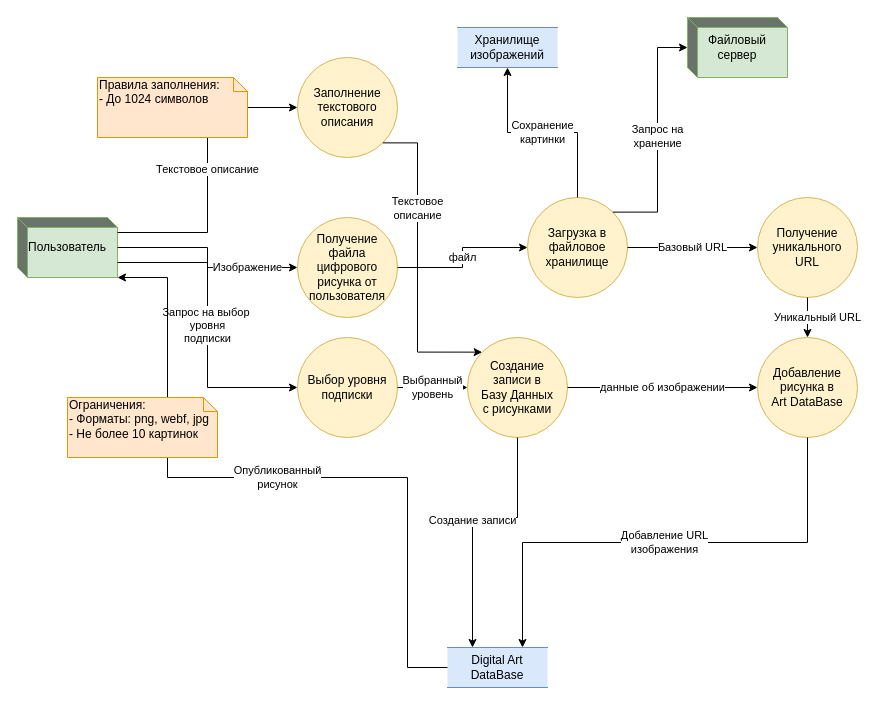
The draw.io diagram Diagrams/ImageUploadProcess.drawio in Laefye/neospiartion, before the edit. Source tidied: cells renumbered, new cells numbered last; positions are measured from the earlier drawing's top-left corner, leaving out a move shared by most shapes. Both pictures are drawn from the tidied source at 100%, with x=0, y=0 at pixel (17, 17).
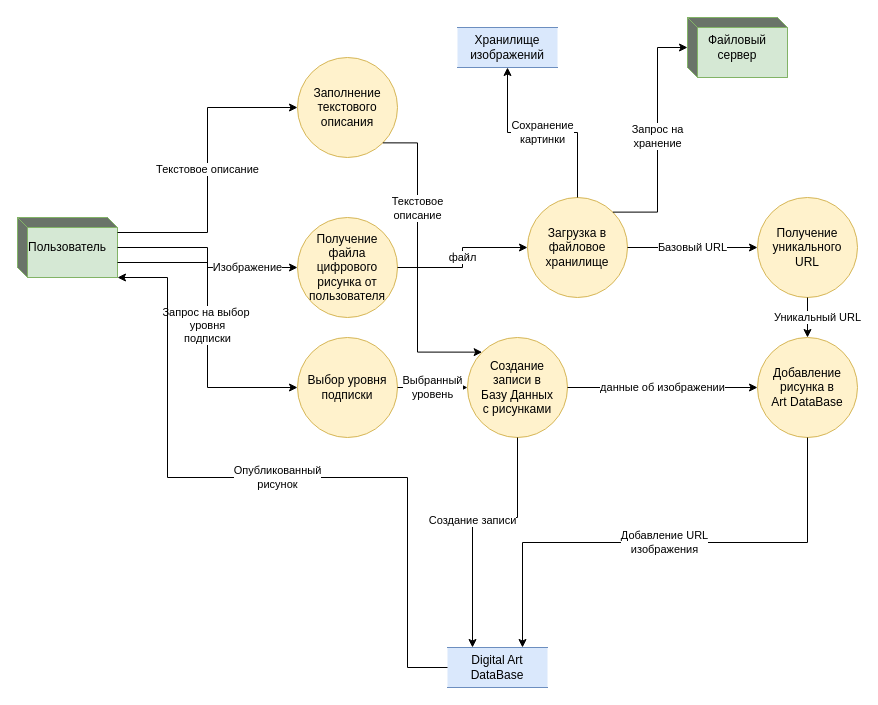
Above is the later version.

Diff of the diagram source:
```diff
@@
-    <mxCell id="27" value="Правила заполнения:&lt;br&gt;- До 1024 символов" style="shape=note;whiteSpace=wrap;html=1;size=14;verticalAlign=top;align=left;spacingTop=-6;fillColor=#ffe6cc;strokeColor=#d79b00;" parent="1" vertex="1">
-      <mxGeometry x="80" y="60" width="150" height="60" as="geometry" />
-    </mxCell>
-    <mxCell id="28" value="Ограничения:&lt;br&gt;-&amp;nbsp;Форматы: png, webf, jpg&lt;br&gt;- Не более 10 картинок" style="shape=note;whiteSpace=wrap;html=1;size=14;verticalAlign=top;align=left;spacingTop=-6;fillColor=#ffe6cc;strokeColor=#d79b00;" parent="1" vertex="1">
-      <mxGeometry x="50" y="380" width="150" height="60" as="geometry" />
-    </mxCell>
```
